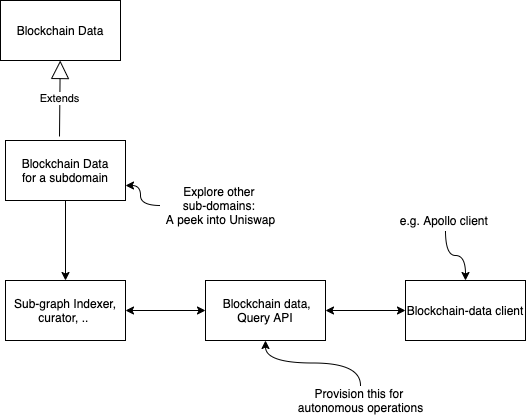
Before: The Graph Research/GraphConcept.png, a diagram exported from draw.io (BinaRam/Foundry). Source tidied: cells renumbered, new cells last; positions are measured from the earlier drawing's top-left corner, leaving out a move shared by most shapes. Its diagram source:
```xml
<mxGraphModel>
  <root>
    <mxCell id="0" />
    <mxCell id="1" parent="0" />
    <mxCell id="2" style="group;" parent="1" vertex="1">
      <mxGeometry width="525" height="340" as="geometry" />
    </mxCell>
    <mxCell id="3" value="Blockchain Data" style="rounded=0;whiteSpace=wrap;html=1;" parent="2" vertex="1">
      <mxGeometry width="120" height="60" as="geometry" />
    </mxCell>
    <mxCell id="4" value="Blockchain Data&lt;br&gt;for a subdomain" style="rounded=0;whiteSpace=wrap;html=1;" parent="2" vertex="1">
      <mxGeometry x="5" y="140" width="120" height="60" as="geometry" />
    </mxCell>
    <mxCell id="5" value="Extends" style="endArrow=block;endSize=16;endFill=0;html=1;exitX=0.45;exitY=-0.067;exitDx=0;exitDy=0;exitPerimeter=0;" parent="2" edge="1" source="4" target="3">
      <mxGeometry relative="1" as="geometry" />
    </mxCell>
    <mxCell id="6" value="Sub-graph Indexer,&lt;br&gt;curator, ..&amp;nbsp;" style="rounded=0;whiteSpace=wrap;html=1;" parent="2" vertex="1">
      <mxGeometry x="5" y="280" width="120" height="60" as="geometry" />
    </mxCell>
    <mxCell id="7" style="edgeStyle=orthogonalEdgeStyle;rounded=0;jettySize=auto;html=1;exitX=0.5;exitY=1;exitDx=0;exitDy=0;" parent="2" edge="1" source="4" target="6">
      <mxGeometry relative="1" as="geometry" />
    </mxCell>
    <mxCell id="8" value="&amp;nbsp;Blockchain data, Query API" style="rounded=0;whiteSpace=wrap;html=1;" parent="2" vertex="1">
      <mxGeometry x="205" y="280" width="120" height="60" as="geometry" />
    </mxCell>
    <mxCell id="9" style="edgeStyle=orthogonalEdgeStyle;rounded=0;jettySize=auto;html=1;startArrow=classic;startFill=1;" parent="2" edge="1" source="6" target="8">
      <mxGeometry relative="1" as="geometry" />
    </mxCell>
    <mxCell id="10" value="Blockchain-data client" style="whiteSpace=wrap;html=1;rounded=0;" parent="2" vertex="1">
      <mxGeometry x="405" y="280" width="120" height="60" as="geometry" />
    </mxCell>
    <mxCell id="11" style="edgeStyle=orthogonalEdgeStyle;rounded=0;jettySize=auto;html=1;startArrow=classic;startFill=1;" parent="2" edge="1" source="8" target="10">
      <mxGeometry relative="1" as="geometry" />
    </mxCell>
    <mxCell id="12" style="edgeStyle=orthogonalEdgeStyle;curved=1;rounded=0;jettySize=auto;html=1;entryX=1;entryY=0.75;entryDx=0;entryDy=0;startArrow=none;startFill=0;" parent="2" edge="1" source="13" target="4">
      <mxGeometry relative="1" as="geometry" />
    </mxCell>
    <mxCell id="13" value="Explore other &lt;br&gt;sub-domains: &lt;br&gt;A peek into Uniswap" style="text;html=1;align=center;verticalAlign=middle;points=[];strokeColor=none;" parent="2" vertex="1">
      <mxGeometry x="160" y="180" width="120" height="50" as="geometry" />
    </mxCell>
    <mxCell id="14" style="edgeStyle=orthogonalEdgeStyle;curved=1;rounded=0;jettySize=auto;html=1;entryX=0.5;entryY=0;entryDx=0;entryDy=0;startArrow=none;startFill=0;" parent="1" edge="1" source="15" target="10">
      <mxGeometry relative="1" as="geometry" />
    </mxCell>
    <mxCell id="15" value="e.g. Apollo client&amp;nbsp;" style="text;html=1;align=center;verticalAlign=middle;points=[];strokeColor=none;" parent="1" vertex="1">
      <mxGeometry x="390" y="210" width="110" height="20" as="geometry" />
    </mxCell>
    <mxCell id="16" style="edgeStyle=orthogonalEdgeStyle;curved=1;rounded=0;jettySize=auto;html=1;entryX=0.5;entryY=1;entryDx=0;entryDy=0;startArrow=none;startFill=0;" parent="1" edge="1" source="17" target="8">
      <mxGeometry relative="1" as="geometry" />
    </mxCell>
    <mxCell id="17" value="Provision this for &lt;br&gt;autonomous operations" style="text;html=1;align=center;verticalAlign=middle;points=[];strokeColor=none;" parent="1" vertex="1">
      <mxGeometry x="290" y="385" width="140" height="30" as="geometry" />
    </mxCell>
  </root>
</mxGraphModel>
```
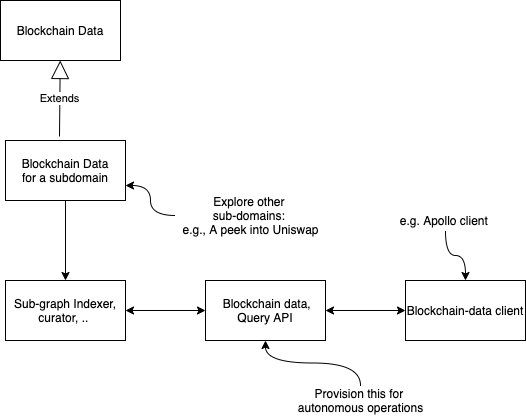
The same file after the commit.

Diff of the diagram source:
```diff
@@ -35,8 +35,8 @@
     <mxCell id="12" style="edgeStyle=orthogonalEdgeStyle;curved=1;rounded=0;jettySize=auto;html=1;entryX=1;entryY=0.75;entryDx=0;entryDy=0;startArrow=none;startFill=0;" parent="2" edge="1" source="13" target="4">
       <mxGeometry relative="1" as="geometry" />
     </mxCell>
-    <mxCell id="13" value="Explore other &lt;br&gt;sub-domains: &lt;br&gt;A peek into Uniswap" style="text;html=1;align=center;verticalAlign=middle;points=[];strokeColor=none;" parent="2" vertex="1">
-      <mxGeometry x="160" y="180" width="120" height="50" as="geometry" />
+    <mxCell id="13" value="Explore other &lt;br&gt;sub-domains: &lt;br&gt;e.g., A peek into Uniswap" style="text;html=1;align=center;verticalAlign=middle;points=[];strokeColor=none;" parent="2" vertex="1">
+      <mxGeometry x="175" y="190" width="150" height="50" as="geometry" />
     </mxCell>
     <mxCell id="14" style="edgeStyle=orthogonalEdgeStyle;curved=1;rounded=0;jettySize=auto;html=1;entryX=0.5;entryY=0;entryDx=0;entryDy=0;startArrow=none;startFill=0;" parent="1" edge="1" source="15" target="10">
       <mxGeometry relative="1" as="geometry" />
```
